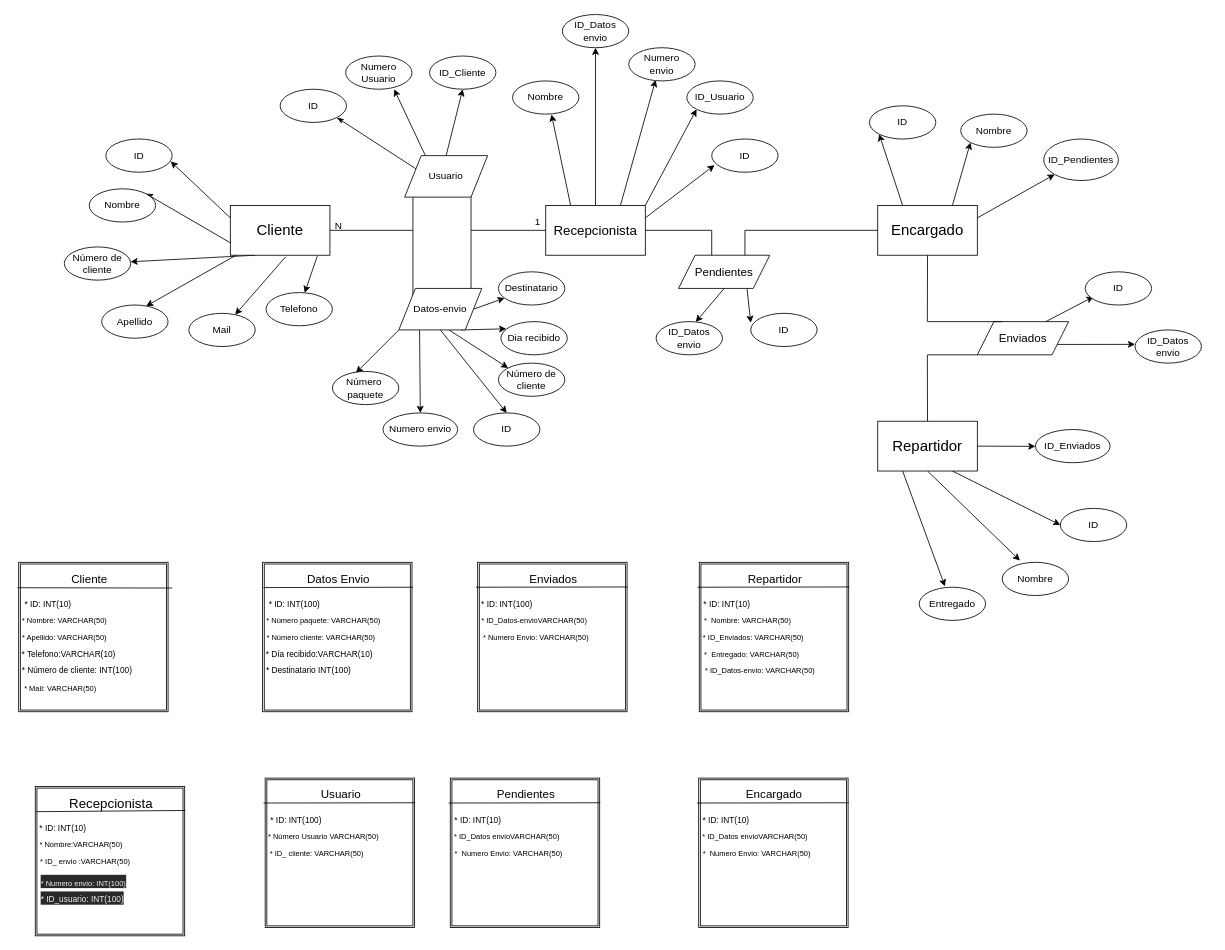
mateovillaa11/Proyecto_FindeA-o keeps this draw.io diagram as mer_V2.drawio. Above is the earlier version. Source tidied: cells renumbered, new cells numbered last; positions are measured from the earlier drawing's top-left corner, leaving out a move shared by most shapes. Both pictures are drawn from the tidied source at 83%, with x=0, y=0 at pixel (14, 14).
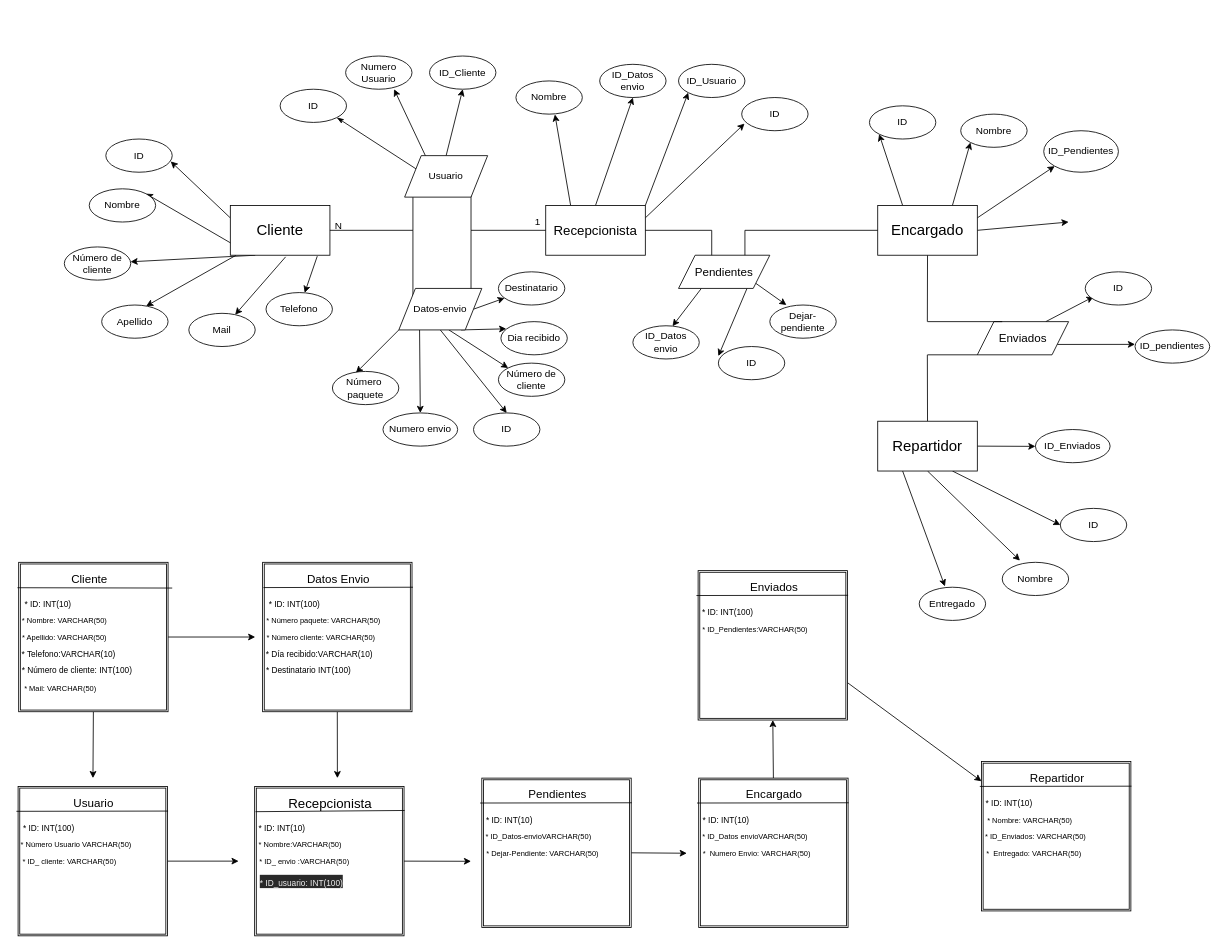
Above is the later version.

Commit message (it also covers changes not shown here):
cosas nuevas mer

The change refers to these unchanged cells:
```xml
<mxCell id="15" value="&lt;font size=&quot;3&quot;&gt;Recepcionista&lt;/font&gt;" style="rounded=0;whiteSpace=wrap;html=1;" parent="1" vertex="1">
  <mxGeometry x="640" y="230" width="120" height="60" as="geometry" />
</mxCell>
<mxCell id="39" style="shape=ext;double=1;whiteSpace=wrap;html=1;" parent="1" vertex="1">
  <mxGeometry x="5" y="660" width="180" height="180" as="geometry" />
</mxCell>
<mxCell id="52" value="&lt;font style=&quot;font-size: 18px&quot;&gt;Encargado&lt;/font&gt;" style="rounded=0;whiteSpace=wrap;html=1;" parent="1" vertex="1">
  <mxGeometry x="1040" y="230" width="120" height="60" as="geometry" />
</mxCell>
<mxCell id="68" value="&lt;font style=&quot;font-size: 14px&quot;&gt;Pendientes&lt;/font&gt;" style="shape=parallelogram;perimeter=parallelogramPerimeter;whiteSpace=wrap;html=1;fixedSize=1;" parent="1" vertex="1">
  <mxGeometry x="800" y="290" width="110" height="40" as="geometry" />
</mxCell>
<mxCell id="73" style="shape=ext;double=1;whiteSpace=wrap;html=1;" parent="1" vertex="1">
  <mxGeometry x="298.9" y="660" width="180" height="180" as="geometry" />
</mxCell>
<mxCell id="117" style="shape=ext;double=1;whiteSpace=wrap;html=1;" parent="1" vertex="1">
  <mxGeometry x="824.3" y="920" width="180" height="180" as="geometry" />
</mxCell>
```

What changed in the source:
```diff
@@
-    <mxCell id="13" style="edgeStyle=none;html=1;exitX=0.75;exitY=0;exitDx=0;exitDy=0;entryX=0.405;entryY=0.971;entryDx=0;entryDy=0;entryPerimeter=0;" parent="1" edge="1" source="15" target="65">
-      <mxGeometry relative="1" as="geometry" />
-    </mxCell>
@@
     <mxCell id="24" value="Nombre" style="ellipse;whiteSpace=wrap;html=1;" parent="1" vertex="1">
-      <mxGeometry x="600" y="80" width="80" height="40" as="geometry" />
+      <mxGeometry x="604.1" y="80" width="80" height="40" as="geometry" />
     </mxCell>
     <mxCell id="25" value="ID_Datos&lt;br&gt;envio" style="ellipse;whiteSpace=wrap;html=1;" parent="1" vertex="1">
-      <mxGeometry x="660" width="80" height="40" as="geometry" />
+      <mxGeometry x="705" y="60" width="80" height="40" as="geometry" />
     </mxCell>
@@
+    <mxCell id="145" style="edgeStyle=none;html=1;exitX=1;exitY=0.5;exitDx=0;exitDy=0;" parent="1" edge="1" source="39">
+      <mxGeometry relative="1" as="geometry">
+        <mxPoint x="290" y="750" as="targetPoint" />
+      </mxGeometry>
+    </mxCell>
+    <mxCell id="146" style="edgeStyle=none;html=1;exitX=0.5;exitY=1;exitDx=0;exitDy=0;" parent="1" edge="1" source="39">
+      <mxGeometry relative="1" as="geometry">
+        <mxPoint x="94.5" y="920" as="targetPoint" />
+      </mxGeometry>
+    </mxCell>
@@
+    <mxCell id="147" style="edgeStyle=none;html=1;exitX=1;exitY=0.5;exitDx=0;exitDy=0;" parent="1" edge="1" source="52">
+      <mxGeometry relative="1" as="geometry">
+        <mxPoint x="1270" y="250" as="targetPoint" />
+      </mxGeometry>
+    </mxCell>
@@
     <mxCell id="61" value="ID_Usuario" style="ellipse;whiteSpace=wrap;html=1;" parent="1" vertex="1">
-      <mxGeometry x="810" y="80" width="80" height="40" as="geometry" />
+      <mxGeometry x="800" y="60" width="80" height="40" as="geometry" />
     </mxCell>
@@
-    <mxCell id="65" value="Numero&lt;br&gt;envio" style="ellipse;whiteSpace=wrap;html=1;" parent="1" vertex="1">
-      <mxGeometry x="740" y="40" width="80" height="40" as="geometry" />
-    </mxCell>
-    <mxCell id="66" style="edgeStyle=none;html=1;exitX=0.5;exitY=1;exitDx=0;exitDy=0;fontSize=14;entryX=0.597;entryY=0.011;entryDx=0;entryDy=0;entryPerimeter=0;" parent="1" edge="1" source="68" target="71">
+    <mxCell id="66" style="edgeStyle=none;html=1;exitX=0.25;exitY=1;exitDx=0;exitDy=0;fontSize=14;entryX=0.597;entryY=0.011;entryDx=0;entryDy=0;entryPerimeter=0;" parent="1" edge="1" source="68" target="71">
       <mxGeometry relative="1" as="geometry" />
     </mxCell>
@@
+    <mxCell id="148" style="edgeStyle=none;html=1;exitX=1;exitY=1;exitDx=0;exitDy=0;" parent="1" edge="1" source="68">
+      <mxGeometry relative="1" as="geometry">
+        <mxPoint x="930" y="350" as="targetPoint" />
+      </mxGeometry>
+    </mxCell>
@@
     <mxCell id="71" value="ID_Datos&lt;br&gt;envio" style="ellipse;whiteSpace=wrap;html=1;" parent="1" vertex="1">
-      <mxGeometry x="773" y="370" width="80" height="40" as="geometry" />
+      <mxGeometry x="745" y="375" width="80" height="40" as="geometry" />
     </mxCell>
     <mxCell id="72" value="ID" style="ellipse;whiteSpace=wrap;html=1;" parent="1" vertex="1">
-      <mxGeometry x="887" y="360" width="80" height="40" as="geometry" />
+      <mxGeometry x="848" y="400" width="80" height="40" as="geometry" />
     </mxCell>
+    <mxCell id="149" style="edgeStyle=none;html=1;exitX=0.5;exitY=1;exitDx=0;exitDy=0;" parent="1" edge="1" source="73">
+      <mxGeometry relative="1" as="geometry">
+        <mxPoint x="389" y="920" as="targetPoint" />
+      </mxGeometry>
+    </mxCell>
@@
-    <mxCell id="93" value="ID_Datos&lt;br&gt;envio" style="ellipse;whiteSpace=wrap;html=1;" parent="1" vertex="1">
-      <mxGeometry x="1350" y="380" width="80" height="40" as="geometry" />
+    <mxCell id="93" value="ID_pendientes" style="ellipse;whiteSpace=wrap;html=1;" parent="1" vertex="1">
+      <mxGeometry x="1350" y="380" width="90" height="40" as="geometry" />
     </mxCell>
@@
     <mxCell id="95" value="ID" style="ellipse;whiteSpace=wrap;html=1;" parent="1" vertex="1">
-      <mxGeometry x="840" y="150" width="80" height="40" as="geometry" />
+      <mxGeometry x="876.1" y="100" width="80" height="40" as="geometry" />
     </mxCell>
+    <mxCell id="150" style="edgeStyle=none;html=1;exitX=1;exitY=0.5;exitDx=0;exitDy=0;" parent="1" edge="1" source="96">
+      <mxGeometry relative="1" as="geometry">
+        <mxPoint x="270" y="1020" as="targetPoint" />
+      </mxGeometry>
+    </mxCell>
     <mxCell id="96" style="shape=ext;double=1;whiteSpace=wrap;html=1;" parent="1" vertex="1">
-      <mxGeometry x="302" y="920" width="180" height="180" as="geometry" />
+      <mxGeometry x="4.3" y="930" width="180" height="180" as="geometry" />
     </mxCell>
     <mxCell id="97" value="&lt;font style=&quot;font-size: 14px&quot;&gt;Usuario&lt;/font&gt;" style="text;html=1;align=center;verticalAlign=middle;strokeColor=none;fillColor=none;" parent="1" vertex="1">
-      <mxGeometry x="363" y="930" width="60" height="20" as="geometry" />
+      <mxGeometry x="65.4" y="940" width="60" height="20" as="geometry" />
     </mxCell>
     <mxCell id="98" value="&lt;font style=&quot;font-size: 9px&quot;&gt;* Número Usuario VARCHAR(50)&lt;/font&gt;" style="text;html=1;align=center;verticalAlign=middle;strokeColor=none;fillColor=none;" parent="1" vertex="1">
-      <mxGeometry x="297" y="980" width="150" height="20" as="geometry" />
+      <mxGeometry x="-0.7" y="990" width="150" height="20" as="geometry" />
     </mxCell>
     <mxCell id="99" value="&lt;font style=&quot;font-size: 10px&quot;&gt;* ID: INT(100)&lt;/font&gt;" style="text;html=1;align=center;verticalAlign=middle;strokeColor=none;fillColor=none;" parent="1" vertex="1">
-      <mxGeometry x="298.9" y="960" width="80" height="20" as="geometry" />
+      <mxGeometry x="1.2" y="970" width="80" height="20" as="geometry" />
     </mxCell>
     <mxCell id="100" value="&lt;span style=&quot;font-size: 9px&quot;&gt;* ID_ cliente: VARCHAR(50)&lt;/span&gt;" style="text;html=1;align=center;verticalAlign=middle;strokeColor=none;fillColor=none;fontSize=10;" parent="1" vertex="1">
-      <mxGeometry x="298.9" y="1000" width="130" height="20" as="geometry" />
+      <mxGeometry x="1.2" y="1010" width="130" height="20" as="geometry" />
     </mxCell>
     <mxCell id="101" style="endArrow=none;html=1;fontSize=14;exitX=1.004;exitY=0.165;exitDx=0;exitDy=0;exitPerimeter=0;" parent="1" edge="1" source="96">
       <mxGeometry relative="1" as="geometry">
-        <mxPoint x="300" y="950" as="targetPoint" />
+        <mxPoint x="2.3" y="960" as="targetPoint" />
       </mxGeometry>
     </mxCell>
+    <mxCell id="151" style="edgeStyle=none;html=1;exitX=1;exitY=0.5;exitDx=0;exitDy=0;" parent="1" edge="1" source="102">
+      <mxGeometry relative="1" as="geometry">
+        <mxPoint x="550" y="1020.2" as="targetPoint" />
+      </mxGeometry>
+    </mxCell>
     <mxCell id="102" style="shape=ext;double=1;whiteSpace=wrap;html=1;" parent="1" vertex="1">
-      <mxGeometry x="25" y="930" width="180" height="180" as="geometry" />
+      <mxGeometry x="289.3" y="930" width="180" height="180" as="geometry" />
     </mxCell>
     <mxCell id="103" value="&lt;span style=&quot;font-size: medium&quot;&gt;Recepcionista&lt;/span&gt;" style="text;html=1;align=center;verticalAlign=middle;strokeColor=none;fillColor=none;" parent="1" vertex="1">
-      <mxGeometry x="56.1" y="940" width="120" height="20" as="geometry" />
+      <mxGeometry x="320.4" y="940" width="120" height="20" as="geometry" />
     </mxCell>
     <mxCell id="104" value="&lt;font style=&quot;font-size: 9px&quot;&gt;* Nombre:VARCHAR(50)&lt;/font&gt;" style="text;html=1;align=center;verticalAlign=middle;strokeColor=none;fillColor=none;" parent="1" vertex="1">
-      <mxGeometry x="20" y="990" width="120" height="20" as="geometry" />
+      <mxGeometry x="284.3" y="990" width="120" height="20" as="geometry" />
     </mxCell>
     <mxCell id="105" value="&lt;font style=&quot;font-size: 10px&quot;&gt;* ID: INT(10)&lt;/font&gt;" style="text;html=1;align=center;verticalAlign=middle;strokeColor=none;fillColor=none;" parent="1" vertex="1">
-      <mxGeometry x="23" y="970" width="70" height="20" as="geometry" />
+      <mxGeometry x="287.3" y="970" width="70" height="20" as="geometry" />
     </mxCell>
     <mxCell id="106" value="&lt;span style=&quot;font-size: 9px&quot;&gt;* ID_ envio :VARCHAR(50)&lt;/span&gt;" style="text;html=1;align=center;verticalAlign=middle;strokeColor=none;fillColor=none;fontSize=10;" parent="1" vertex="1">
-      <mxGeometry x="25" y="1010" width="120" height="20" as="geometry" />
+      <mxGeometry x="289.3" y="1010" width="120" height="20" as="geometry" />
     </mxCell>
@@
-    <mxCell id="109" value="&lt;span style=&quot;color: rgb(240 , 240 , 240) ; font-family: &amp;#34;helvetica&amp;#34; ; font-style: normal ; font-weight: 400 ; letter-spacing: normal ; text-align: center ; text-indent: 0px ; text-transform: none ; word-spacing: 0px ; background-color: rgb(42 , 42 , 42) ; display: inline ; float: none&quot;&gt;&lt;font style=&quot;font-size: 9px&quot;&gt;* Numero envio:&lt;/font&gt;&lt;font style=&quot;font-size: 9px&quot;&gt;&amp;nbsp;&lt;/font&gt;&lt;font style=&quot;font-size: 9px&quot;&gt;INT(100)&lt;/font&gt;&lt;/span&gt;" style="text;whiteSpace=wrap;html=1;fontSize=14;" parent="1" vertex="1">
-      <mxGeometry x="30" y="1030" width="120" height="30" as="geometry" />
-    </mxCell>
     <mxCell id="110" value="&lt;span style=&quot;color: rgb(240 , 240 , 240) ; font-family: &amp;#34;helvetica&amp;#34; ; font-style: normal ; font-weight: 400 ; letter-spacing: normal ; text-align: center ; text-indent: 0px ; text-transform: none ; word-spacing: 0px ; background-color: rgb(42 , 42 , 42) ; display: inline ; float: none&quot;&gt;&lt;font style=&quot;font-size: 10px&quot;&gt;* ID_usuario: INT(100)&lt;/font&gt;&lt;/span&gt;" style="text;whiteSpace=wrap;html=1;fontSize=14;" parent="1" vertex="1">
-      <mxGeometry x="30" y="1050" width="130" height="30" as="geometry" />
+      <mxGeometry x="293.9" y="1030" width="130" height="30" as="geometry" />
     </mxCell>
+    <mxCell id="152" style="edgeStyle=none;html=1;exitX=1;exitY=0.5;exitDx=0;exitDy=0;" parent="1" edge="1" source="111">
+      <mxGeometry relative="1" as="geometry">
+        <mxPoint x="810" y="1010.5" as="targetPoint" />
+      </mxGeometry>
+    </mxCell>
     <mxCell id="111" style="shape=ext;double=1;whiteSpace=wrap;html=1;" parent="1" vertex="1">
-      <mxGeometry x="525" y="920" width="180" height="180" as="geometry" />
+      <mxGeometry x="563" y="920" width="180" height="180" as="geometry" />
     </mxCell>
     <mxCell id="112" value="&lt;span style=&quot;font-size: 14px&quot;&gt;Pendientes&lt;/span&gt;" style="text;html=1;align=center;verticalAlign=middle;strokeColor=none;fillColor=none;" parent="1" vertex="1">
-      <mxGeometry x="571.1" y="930" width="90" height="20" as="geometry" />
+      <mxGeometry x="609.1" y="930" width="90" height="20" as="geometry" />
     </mxCell>
-    <mxCell id="113" value="&lt;font style=&quot;font-size: 9px&quot;&gt;* ID_Datos envioVARCHAR(50)&lt;/font&gt;" style="text;html=1;align=center;verticalAlign=middle;strokeColor=none;fillColor=none;" parent="1" vertex="1">
-      <mxGeometry x="523" y="980" width="140" height="20" as="geometry" />
+    <mxCell id="113" value="&lt;font style=&quot;font-size: 9px&quot;&gt;* ID_Datos-envioVARCHAR(50)&lt;/font&gt;" style="text;html=1;align=center;verticalAlign=middle;strokeColor=none;fillColor=none;" parent="1" vertex="1">
+      <mxGeometry x="561" y="980" width="140" height="20" as="geometry" />
     </mxCell>
     <mxCell id="114" value="&lt;font style=&quot;font-size: 10px&quot;&gt;* ID: INT(10)&lt;/font&gt;" style="text;html=1;align=center;verticalAlign=middle;strokeColor=none;fillColor=none;" parent="1" vertex="1">
-      <mxGeometry x="523" y="960" width="70" height="20" as="geometry" />
+      <mxGeometry x="561" y="960" width="70" height="20" as="geometry" />
     </mxCell>
-    <mxCell id="115" value="&lt;span style=&quot;font-size: 9px&quot;&gt;*&amp;nbsp; Numero Envio: VARCHAR(50)&lt;/span&gt;" style="text;html=1;align=center;verticalAlign=middle;strokeColor=none;fillColor=none;fontSize=10;" parent="1" vertex="1">
-      <mxGeometry x="520" y="1000" width="150" height="20" as="geometry" />
+    <mxCell id="115" value="&lt;span style=&quot;font-size: 9px&quot;&gt;* Dejar-Pendiente: VARCHAR(50)&lt;/span&gt;" style="text;html=1;align=center;verticalAlign=middle;strokeColor=none;fillColor=none;fontSize=10;" parent="1" vertex="1">
+      <mxGeometry x="561" y="1000" width="150" height="20" as="geometry" />
     </mxCell>
     <mxCell id="116" style="endArrow=none;html=1;fontSize=14;exitX=1.004;exitY=0.165;exitDx=0;exitDy=0;exitPerimeter=0;" parent="1" edge="1" source="111">
       <mxGeometry relative="1" as="geometry">
-        <mxPoint x="523" y="950" as="targetPoint" />
+        <mxPoint x="561" y="950" as="targetPoint" />
       </mxGeometry>
     </mxCell>
+    <mxCell id="153" style="edgeStyle=none;html=1;exitX=0.5;exitY=0;exitDx=0;exitDy=0;entryX=0.5;entryY=1;entryDx=0;entryDy=0;" parent="1" edge="1" source="117" target="123">
+      <mxGeometry relative="1" as="geometry" />
+    </mxCell>
@@
+    <mxCell id="154" style="edgeStyle=none;html=1;exitX=1;exitY=0.75;exitDx=0;exitDy=0;" parent="1" edge="1" source="123" target="129">
+      <mxGeometry relative="1" as="geometry" />
+    </mxCell>
     <mxCell id="123" style="shape=ext;double=1;whiteSpace=wrap;html=1;" parent="1" vertex="1">
-      <mxGeometry x="558" y="660" width="180" height="180" as="geometry" />
+      <mxGeometry x="823.6" y="670" width="180" height="180" as="geometry" />
     </mxCell>
     <mxCell id="124" value="&lt;span style=&quot;font-size: 14px&quot;&gt;Enviados&lt;/span&gt;" style="text;html=1;align=center;verticalAlign=middle;strokeColor=none;fillColor=none;" parent="1" vertex="1">
-      <mxGeometry x="614.1" y="670" width="70" height="20" as="geometry" />
+      <mxGeometry x="879.6" y="680" width="70" height="20" as="geometry" />
     </mxCell>
-    <mxCell id="125" value="&lt;font style=&quot;font-size: 9px&quot;&gt;* ID_Datos-envioVARCHAR(50)&lt;/font&gt;" style="text;html=1;align=center;verticalAlign=middle;strokeColor=none;fillColor=none;" parent="1" vertex="1">
-      <mxGeometry x="556" y="720" width="140" height="20" as="geometry" />
+    <mxCell id="125" value="&lt;font style=&quot;font-size: 9px&quot;&gt;* ID_Pendientes:VARCHAR(50)&lt;/font&gt;" style="text;html=1;align=center;verticalAlign=middle;strokeColor=none;fillColor=none;" parent="1" vertex="1">
+      <mxGeometry x="821.6" y="730" width="140" height="20" as="geometry" />
     </mxCell>
     <mxCell id="126" value="&lt;font style=&quot;font-size: 10px&quot;&gt;* ID: INT(100)&lt;/font&gt;" style="text;html=1;align=center;verticalAlign=middle;strokeColor=none;fillColor=none;" parent="1" vertex="1">
-      <mxGeometry x="553" y="700" width="80" height="20" as="geometry" />
+      <mxGeometry x="818.6" y="710" width="80" height="20" as="geometry" />
     </mxCell>
-    <mxCell id="127" value="&lt;span style=&quot;font-size: 9px&quot;&gt;* Numero Envio: VARCHAR(50)&lt;/span&gt;" style="text;html=1;align=center;verticalAlign=middle;strokeColor=none;fillColor=none;fontSize=10;" parent="1" vertex="1">
-      <mxGeometry x="558" y="740" width="140" height="20" as="geometry" />
-    </mxCell>
     <mxCell id="128" style="endArrow=none;html=1;fontSize=14;exitX=1.004;exitY=0.165;exitDx=0;exitDy=0;exitPerimeter=0;" parent="1" edge="1" source="123">
       <mxGeometry relative="1" as="geometry">
-        <mxPoint x="556" y="690" as="targetPoint" />
+        <mxPoint x="821.6" y="700" as="targetPoint" />
       </mxGeometry>
     </mxCell>
     <mxCell id="129" style="shape=ext;double=1;whiteSpace=wrap;html=1;" parent="1" vertex="1">
-      <mxGeometry x="825" y="660" width="180" height="180" as="geometry" />
+      <mxGeometry x="1165" y="900" width="180" height="180" as="geometry" />
     </mxCell>
     <mxCell id="130" value="&lt;span style=&quot;font-size: 14px&quot;&gt;Repartidor&lt;/span&gt;" style="text;html=1;align=center;verticalAlign=middle;strokeColor=none;fillColor=none;" parent="1" vertex="1">
-      <mxGeometry x="876.1" y="670" width="80" height="20" as="geometry" />
+      <mxGeometry x="1216.1" y="910" width="80" height="20" as="geometry" />
     </mxCell>
-    <mxCell id="131" value="&lt;font style=&quot;font-size: 9px&quot;&gt;* ID_Datos-envio: VARCHAR(50)&lt;/font&gt;" style="text;html=1;align=center;verticalAlign=middle;strokeColor=none;fillColor=none;" parent="1" vertex="1">
-      <mxGeometry x="823" y="780" width="150" height="20" as="geometry" />
-    </mxCell>
     <mxCell id="132" value="&lt;font style=&quot;font-size: 10px&quot;&gt;* ID: INT(10)&lt;/font&gt;" style="text;html=1;align=center;verticalAlign=middle;strokeColor=none;fillColor=none;" parent="1" vertex="1">
-      <mxGeometry x="823" y="700" width="70" height="20" as="geometry" />
+      <mxGeometry x="1163" y="940" width="70" height="20" as="geometry" />
     </mxCell>
     <mxCell id="133" value="&lt;span style=&quot;font-size: 9px&quot;&gt;* ID_Enviados: VARCHAR(50)&lt;/span&gt;" style="text;html=1;align=center;verticalAlign=middle;strokeColor=none;fillColor=none;fontSize=10;" parent="1" vertex="1">
-      <mxGeometry x="820" y="740" width="140" height="20" as="geometry" />
+      <mxGeometry x="1160" y="980" width="140" height="20" as="geometry" />
     </mxCell>
     <mxCell id="134" style="endArrow=none;html=1;fontSize=14;exitX=1.004;exitY=0.165;exitDx=0;exitDy=0;exitPerimeter=0;" parent="1" edge="1" source="129">
       <mxGeometry relative="1" as="geometry">
-        <mxPoint x="823" y="690" as="targetPoint" />
+        <mxPoint x="1163" y="930" as="targetPoint" />
       </mxGeometry>
     </mxCell>
@@
     <mxCell id="137" value="ID_Pendientes" style="ellipse;whiteSpace=wrap;html=1;" parent="1" vertex="1">
-      <mxGeometry x="1240" y="150" width="90" height="50" as="geometry" />
+      <mxGeometry x="1240" y="140" width="90" height="50" as="geometry" />
     </mxCell>
@@
     <mxCell id="141" value="&lt;span style=&quot;font-size: 9px&quot;&gt;*&amp;nbsp; Entregado: VARCHAR(50)&lt;/span&gt;" style="text;html=1;align=center;verticalAlign=middle;strokeColor=none;fillColor=none;fontSize=10;" parent="1" vertex="1">
-      <mxGeometry x="823" y="760" width="130" height="20" as="geometry" />
+      <mxGeometry x="1163" y="1000" width="130" height="20" as="geometry" />
     </mxCell>
-    <mxCell id="142" value="&lt;span style=&quot;font-size: 9px&quot;&gt;*&amp;nbsp; Nombre: VARCHAR(50)&lt;/span&gt;" style="text;html=1;align=center;verticalAlign=middle;strokeColor=none;fillColor=none;fontSize=10;" parent="1" vertex="1">
-      <mxGeometry x="823" y="720" width="120" height="20" as="geometry" />
+    <mxCell id="142" value="&lt;span style=&quot;font-size: 9px&quot;&gt;* Nombre: VARCHAR(50)&lt;/span&gt;" style="text;html=1;align=center;verticalAlign=middle;strokeColor=none;fillColor=none;fontSize=10;" parent="1" vertex="1">
+      <mxGeometry x="1163" y="960" width="120" height="20" as="geometry" />
     </mxCell>
@@
+    <mxCell id="155" value="Dejar-pendiente" style="ellipse;whiteSpace=wrap;html=1;" parent="1" vertex="1">
+      <mxGeometry x="910" y="350" width="80" height="40" as="geometry" />
+    </mxCell>
```
